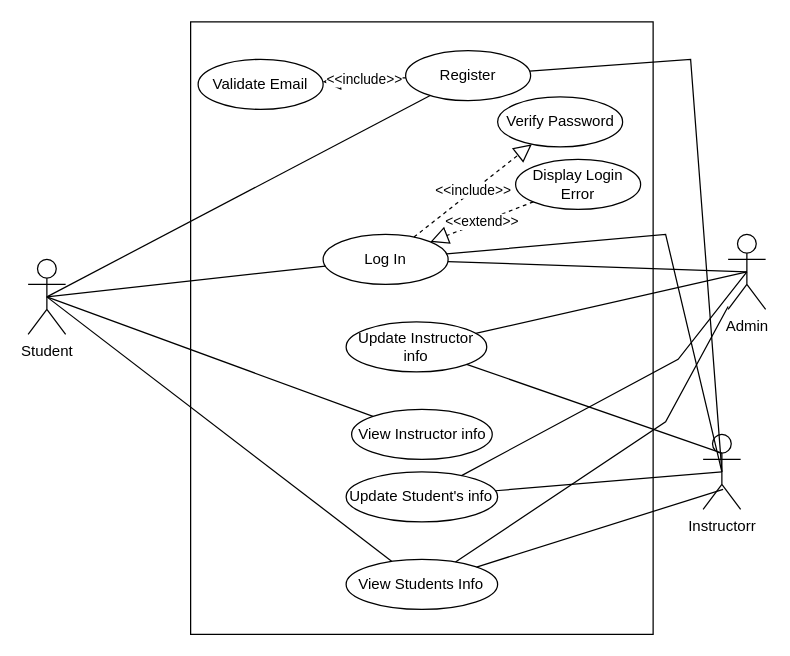
This is Project Diagram/usecase.drawio from manojtsx/SchoolManagementSystem-PHP-SQL, a draw.io file, before an edit. Source tidied: cells renumbered, new cells numbered last; positions are measured from the earlier drawing's top-left corner, leaving out a move shared by most shapes. Both pictures are drawn from the tidied source at 125%, with x=0, y=0 at pixel (28, 21).
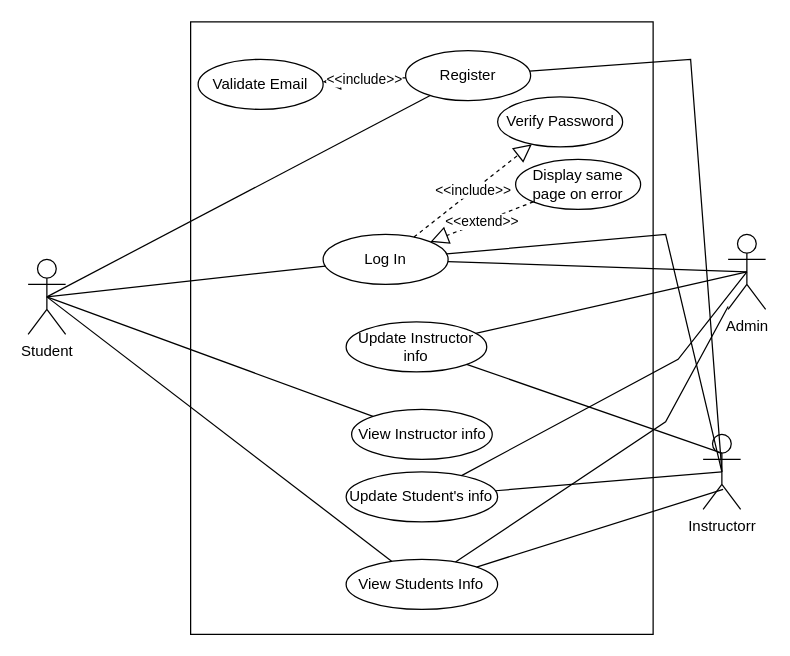
Above is the later version.

What changed in the source:
```diff
@@
-    <mxCell id="8" value="Display Login Error" style="ellipse;whiteSpace=wrap;html=1;" parent="1" vertex="1">
+    <mxCell id="8" value="Display same page on error" style="ellipse;whiteSpace=wrap;html=1;" parent="1" vertex="1">
       <mxGeometry x="390" y="110" width="100" height="40" as="geometry" />
     </mxCell>
```
